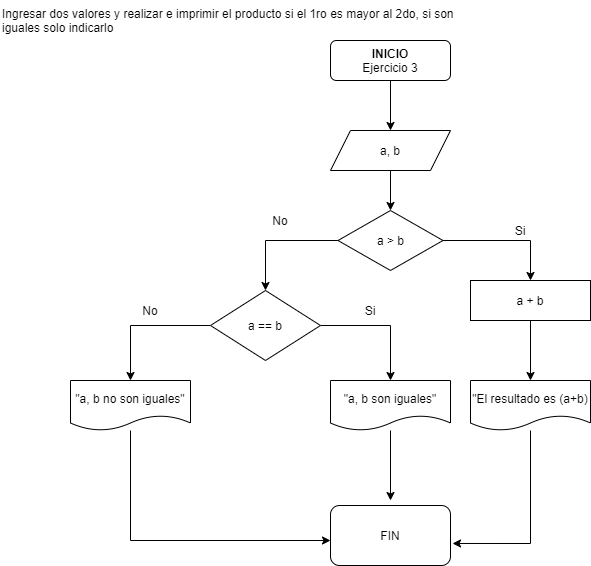
Earlier version of the draw.io export Diagrams/ProgramacionEstructurada_EJ2_3.png (camilaqnz/C-Programming-Language). Source tidied: cells renumbered, new cells last; positions are measured from the earlier drawing's top-left corner, leaving out a move shared by most shapes.
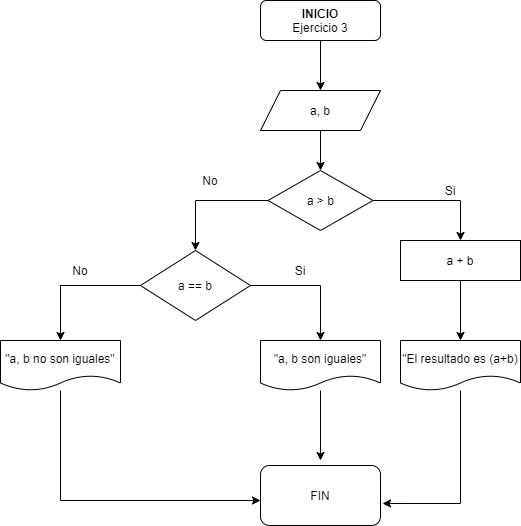
Later version of the same file.

Diff of the diagram source:
```diff
@@ -2,9 +2,6 @@
   <root>
     <mxCell id="0" />
     <mxCell id="1" parent="0" />
-    <mxCell id="2" value="Ingresar dos valores y realizar e imprimir el producto si el 1ro es mayor al 2do, si son &#10;iguales solo indicarlo" style="text;whiteSpace=wrap;html=1;" parent="1" vertex="1">
-      <mxGeometry width="480" height="40" as="geometry" />
-    </mxCell>
     <mxCell id="3" style="edgeStyle=orthogonalEdgeStyle;rounded=0;jettySize=auto;html=1;" parent="1" edge="1" source="4">
       <mxGeometry relative="1" as="geometry">
         <mxPoint x="390" y="130" as="targetPoint" />
```
